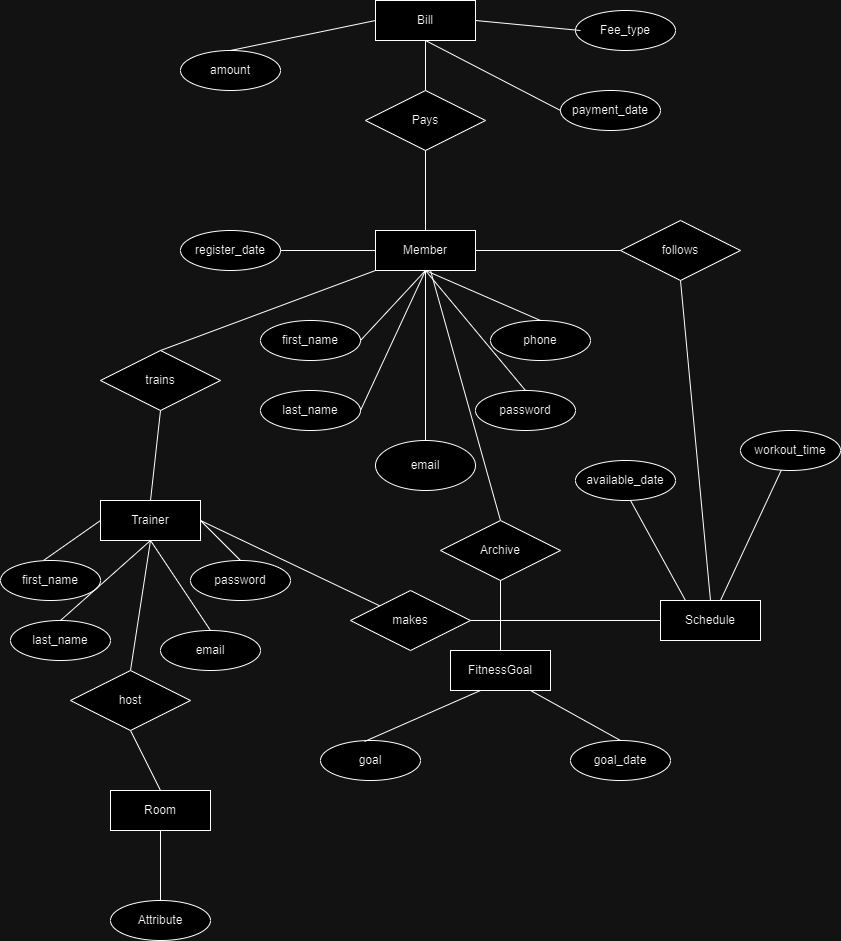
Earlier version of the draw.io export diagram/ER_diagram.drawio.png (Davdioc/COMP3005_Project). Source tidied: cells renumbered, new cells last; positions are measured from the earlier drawing's top-left corner, leaving out a move shared by most shapes.
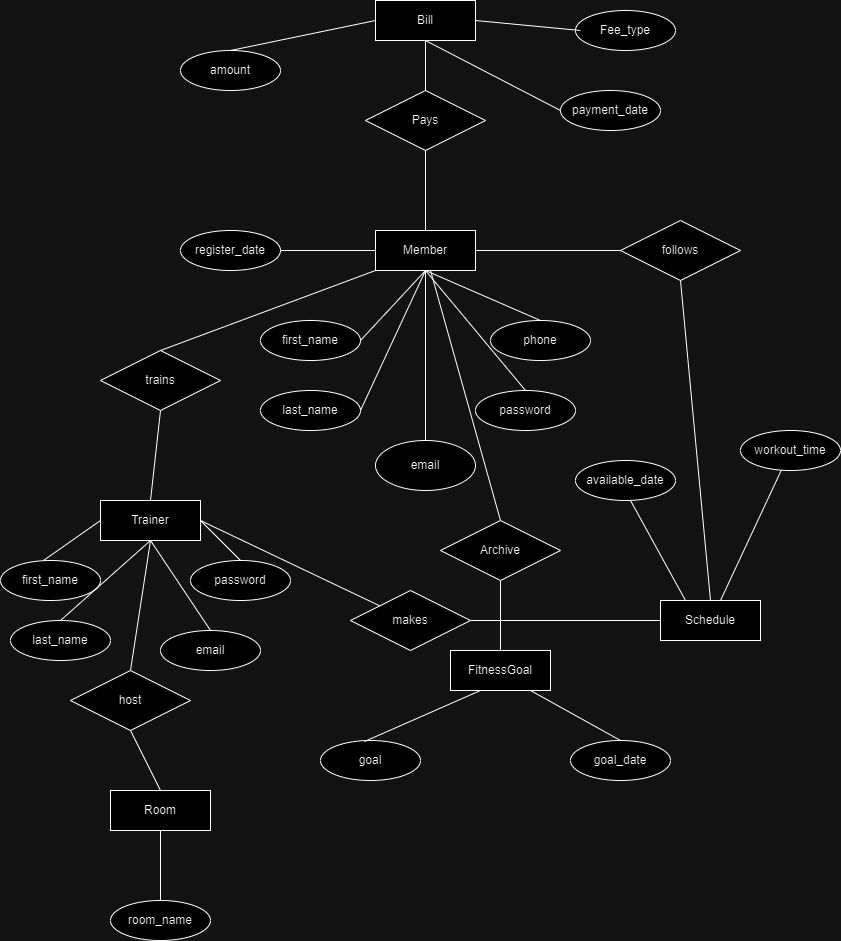
After the commit.

What changed in the source:
```diff
@@ -137,7 +137,7 @@
         <mxPoint x="130" y="730" as="sourcePoint" />
       </mxGeometry>
     </mxCell>
-    <mxCell id="40" value="Attribute" style="ellipse;whiteSpace=wrap;html=1;align=center;" parent="1" vertex="1">
+    <mxCell id="40" value="room_name" style="ellipse;whiteSpace=wrap;html=1;align=center;" parent="1" vertex="1">
       <mxGeometry x="110" y="900" width="100" height="40" as="geometry" />
     </mxCell>
     <mxCell id="41" style="endArrow=none;html=1;rounded=0;entryX=0.5;entryY=0;entryDx=0;entryDy=0;" parent="1" edge="1" target="40">
```
